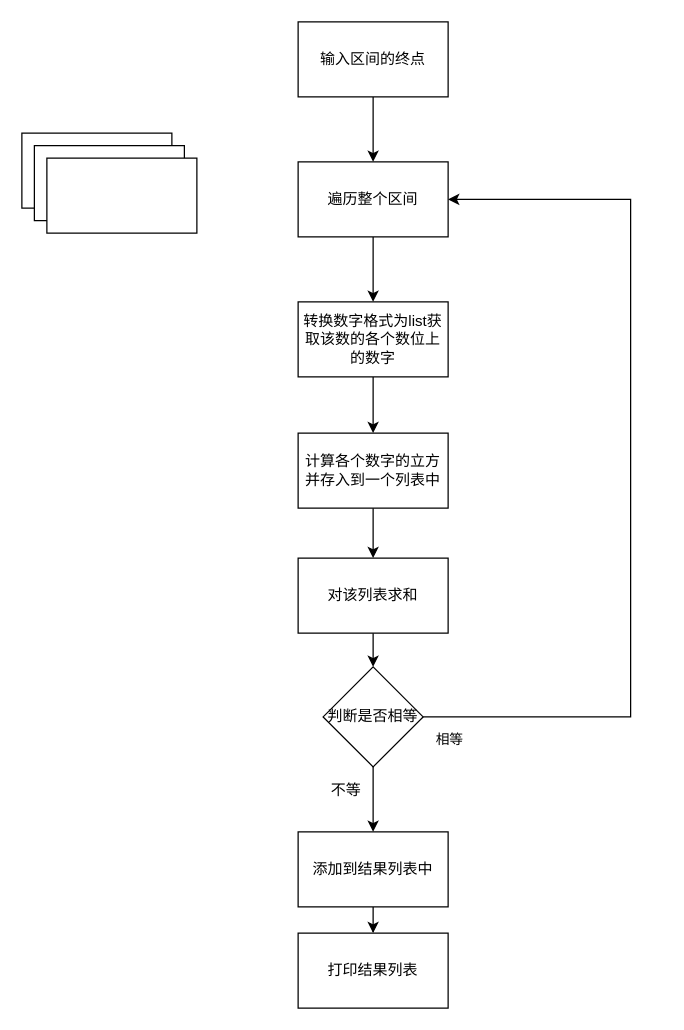
Above: review_pro.drawio in Thesoul20/daily-work (draw.io), before the change. Source tidied: cells renumbered, new cells numbered last; positions are measured from the earlier drawing's top-left corner, leaving out a move shared by most shapes. Both pictures are drawn from the tidied source at 125%, with x=0, y=0 at pixel (21, 21).
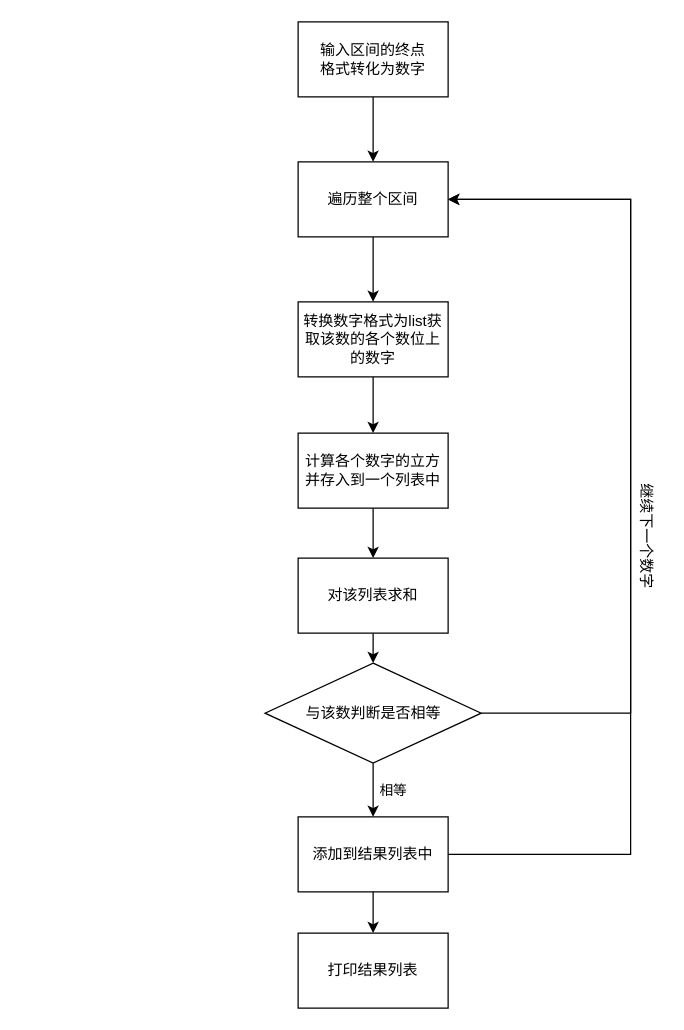
The same page after the edit.

The change refers to these unchanged cells:
```xml
<mxCell id="14" value="遍历整个区间" style="rounded=0;whiteSpace=wrap;html=1;" parent="1" vertex="1">
  <mxGeometry x="221" y="112" width="120" height="60" as="geometry" />
</mxCell>
<mxCell id="17" style="edgeStyle=orthogonalEdgeStyle;rounded=0;jettySize=auto;html=1;entryX=1;entryY=0.5;entryDx=0;entryDy=0;" parent="1" edge="1" source="20" target="14">
  <mxGeometry relative="1" as="geometry">
    <Array as="points">
      <mxPoint x="487" y="142" />
    </Array>
  </mxGeometry>
</mxCell>
```

The edit, as a diff of the source:
```diff
@@
-    <mxCell id="2" style="rounded=0;whiteSpace=wrap;html=1;" parent="1" vertex="1">
-      <mxGeometry y="89" width="120" height="60" as="geometry" />
-    </mxCell>
-    <mxCell id="3" style="rounded=0;whiteSpace=wrap;html=1;" parent="1" vertex="1">
-      <mxGeometry x="10" y="99" width="120" height="60" as="geometry" />
-    </mxCell>
-    <mxCell id="4" style="rounded=0;whiteSpace=wrap;html=1;" parent="1" vertex="1">
-      <mxGeometry x="20" y="109" width="120" height="60" as="geometry" />
-    </mxCell>
@@
+    <mxCell id="23" style="edgeStyle=orthogonalEdgeStyle;rounded=0;jettySize=auto;html=1;exitX=1;exitY=0.5;exitDx=0;exitDy=0;entryX=1;entryY=0.5;entryDx=0;entryDy=0;" parent="1" edge="1" source="6" target="14">
+      <mxGeometry relative="1" as="geometry">
+        <Array as="points">
+          <mxPoint x="487" y="666" />
+          <mxPoint x="487" y="142" />
+        </Array>
+      </mxGeometry>
+    </mxCell>
     <mxCell id="6" value="添加到结果列表中" style="rounded=0;whiteSpace=wrap;html=1;" parent="1" vertex="1">
-      <mxGeometry x="221" y="648" width="120" height="60" as="geometry" />
+      <mxGeometry x="221" y="636" width="120" height="60" as="geometry" />
     </mxCell>
@@
-    <mxCell id="16" value="输入区间的终点" style="rounded=0;whiteSpace=wrap;html=1;" parent="1" vertex="1">
+    <mxCell id="16" value="输入区间的终点&lt;br&gt;格式转化为数字" style="rounded=0;whiteSpace=wrap;html=1;" parent="1" vertex="1">
       <mxGeometry x="221" width="120" height="60" as="geometry" />
     </mxCell>
@@
     <mxCell id="18" value="相等&lt;br&gt;" style="edgeLabel;html=1;align=center;verticalAlign=middle;" parent="17" vertex="1">
       <mxGeometry x="0.32" y="2" relative="1" as="geometry">
-        <mxPoint x="-144" y="330" as="offset" />
+        <mxPoint x="-189" y="388" as="offset" />
       </mxGeometry>
     </mxCell>
@@
-    <mxCell id="20" value="判断是否相等" style="rhombus;whiteSpace=wrap;html=1;" parent="1" vertex="1">
-      <mxGeometry x="241" y="516" width="80" height="80" as="geometry" />
+    <mxCell id="20" value="与该数判断是否相等" style="rhombus;whiteSpace=wrap;html=1;" parent="1" vertex="1">
+      <mxGeometry x="194.5" y="513" width="173" height="80" as="geometry" />
     </mxCell>
@@
-    <mxCell id="22" value="不等" style="text;html=1;align=center;verticalAlign=middle;strokeColor=none;fillColor=none;" parent="1" vertex="1">
-      <mxGeometry x="238" y="602" width="42" height="26" as="geometry" />
+    <mxCell id="22" value="继续下一个数字" style="text;html=1;align=center;verticalAlign=middle;strokeColor=none;fillColor=none;flipV=0;flipH=1;rotation=90;" parent="1" vertex="1">
+      <mxGeometry x="449" y="398" width="102" height="26" as="geometry" />
     </mxCell>
```
